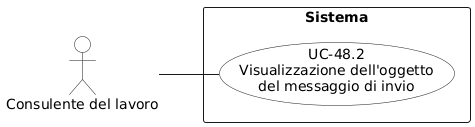
This is RTB/Analisi dei Requisiti/diagrammi_use_case/UC-48.2.png from aLittleByte-19/Documentazione, a PlantUML export, as it was before one commit.
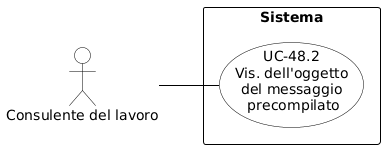
After the commit.

The edit, as a diff of the source:
```diff
@@ -1,14 +1,27 @@
 @startuml
+skinparam shadowing false
+skinparam defaultFontName Arial
 left to right direction
-skinparam packageStyle rectangle
-skinparam usecaseBackgroundColor White
-skinparam actorBackgroundColor White
 
-actor "Consulente del lavoro" as consulente
+skinparam usecase {
+    BackgroundColor white
+    BorderColor black
+    ArrowColor black
+}
+skinparam actor {
+    BackgroundColor white
+    BorderColor black
+}
+skinparam rectangle {
+    BorderColor black
+    FontStyle bold
+}
+
+actor "Consulente del lavoro" as CL
 
 rectangle "Sistema" {
-  usecase "UC-48.2\nVisualizzazione dell'oggetto\ndel messaggio di invio" as uc48_2
+    usecase "UC-48.2\nVis. dell'oggetto\ndel messaggio\n precompilato" as UC48_2
 }
 
-consulente -- uc48_2
+CL -- UC48_2
 @enduml
```
